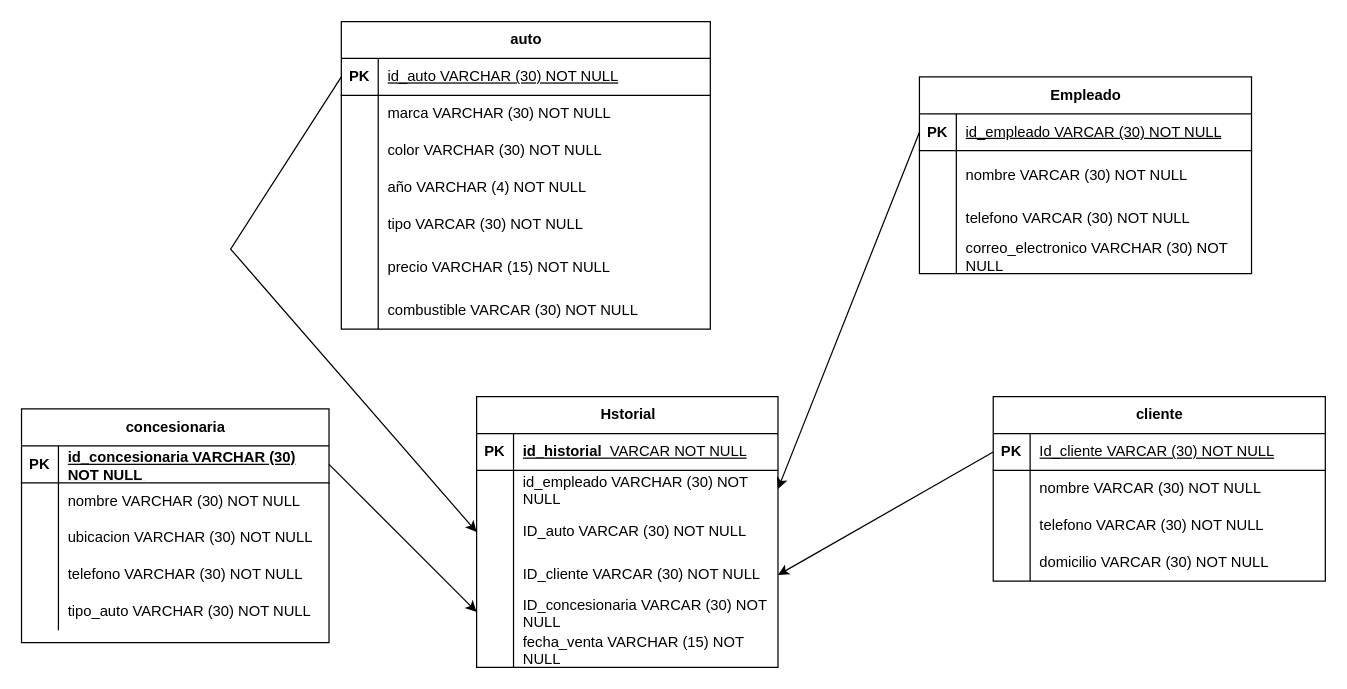
GerardoNR/fbd-gerardo-reyes keeps this draw.io diagram as page "Página-2" (2 of 2) of diagrama/consencionaria.drawio. Above is the earlier version. Source tidied: cells renumbered, new cells numbered last; positions are measured from the earlier drawing's top-left corner, leaving out a move shared by most shapes. Both pictures are drawn from the tidied source at 123%, with x=0, y=0 at pixel (21, 21).
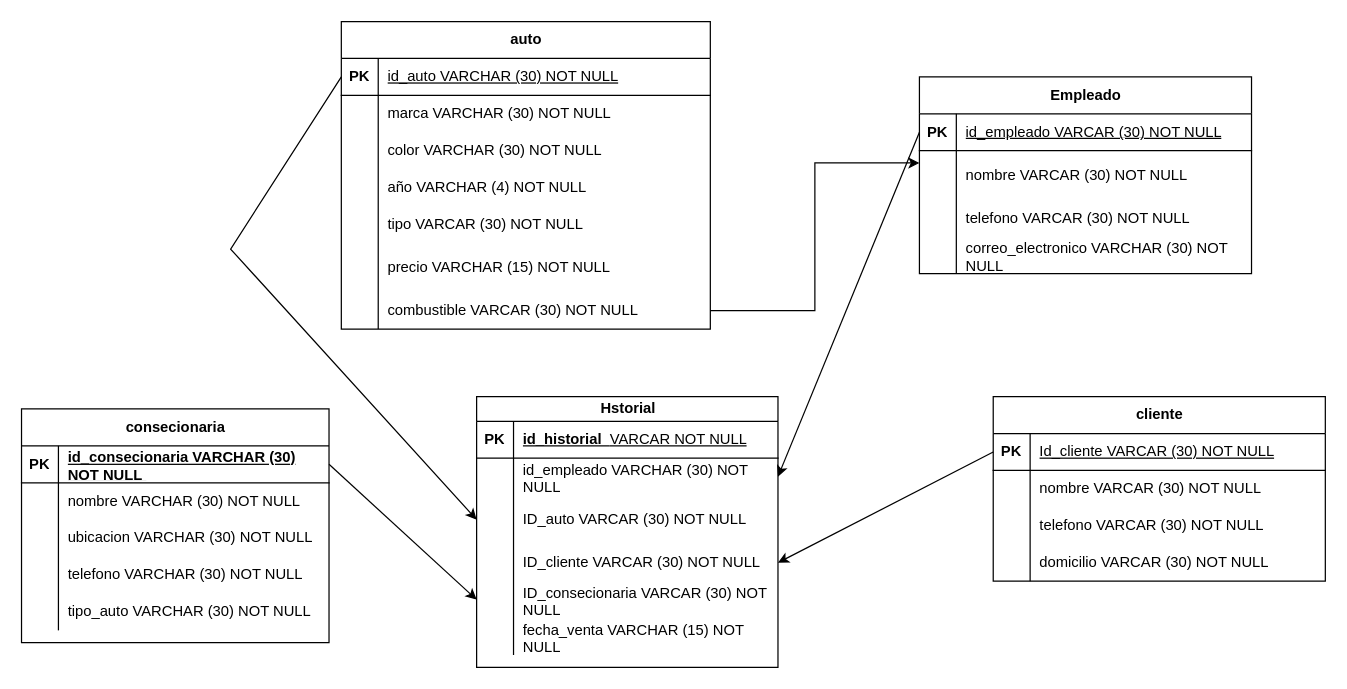
The same diagram, later.

The change refers to these unchanged cells:
```xml
<mxCell id="6" style="shape=tableRow;horizontal=0;startSize=0;swimlaneHead=0;swimlaneBody=0;fillColor=none;points=[[0,0.5],[1,0.5]];portConstraint=eastwest;top=0;left=0;right=0;bottom=0;" parent="2" vertex="1">
  <mxGeometry y="60" width="270" height="40" as="geometry" />
</mxCell>
<mxCell id="34" style="shape=tableRow;horizontal=0;startSize=0;swimlaneHead=0;swimlaneBody=0;fillColor=none;points=[[0,0.5],[1,0.5]];portConstraint=eastwest;top=0;left=0;right=0;bottom=0;" parent="15" vertex="1">
  <mxGeometry y="220" width="300" height="30" as="geometry" />
</mxCell>
<mxCell id="73" style="shape=tableRow;horizontal=0;startSize=0;swimlaneHead=0;swimlaneBody=0;fillColor=none;points=[[0,0.5],[1,0.5]];portConstraint=eastwest;top=0;left=0;right=0;bottom=1;" parent="72" vertex="1">
  <mxGeometry y="30" width="250" height="30" as="geometry" />
</mxCell>
```

Diff of the diagram source:
```diff
@@
-    <mxCell id="50" value="Hstorial" style="shape=table;startSize=30;childLayout=tableLayout;rowLines=0;fontStyle=1;align=center;html=1;" parent="1" vertex="1">
+    <mxCell id="50" value="Hstorial" style="shape=table;startSize=20;childLayout=tableLayout;rowLines=0;fontStyle=1;align=center;html=1;" parent="1" vertex="1">
       <mxGeometry x="370" y="305" width="245" height="220" as="geometry" />
     </mxCell>
     <mxCell id="51" style="shape=tableRow;horizontal=0;startSize=0;swimlaneHead=0;swimlaneBody=0;fillColor=none;top=0;left=0;right=0;bottom=1;" parent="50" vertex="1">
-      <mxGeometry y="30" width="245" height="30" as="geometry" />
+      <mxGeometry y="20" width="245" height="30" as="geometry" />
     </mxCell>
@@
     <mxCell id="54" style="shape=tableRow;horizontal=0;startSize=0;swimlaneHead=0;swimlaneBody=0;fillColor=none;points=[[0,0.5],[1,0.5]];portConstraint=eastwest;top=0;left=0;right=0;bottom=0;" parent="50" vertex="1">
-      <mxGeometry y="60" width="245" height="30" as="geometry" />
+      <mxGeometry y="50" width="245" height="30" as="geometry" />
     </mxCell>
@@
     <mxCell id="57" style="shape=tableRow;horizontal=0;startSize=0;swimlaneHead=0;swimlaneBody=0;fillColor=none;points=[[0,0.5],[1,0.5]];portConstraint=eastwest;top=0;left=0;right=0;bottom=0;" parent="50" vertex="1">
-      <mxGeometry y="90" width="245" height="40" as="geometry" />
+      <mxGeometry y="80" width="245" height="40" as="geometry" />
     </mxCell>
@@
     <mxCell id="60" style="shape=tableRow;horizontal=0;startSize=0;swimlaneHead=0;swimlaneBody=0;fillColor=none;points=[[0,0.5],[1,0.5]];portConstraint=eastwest;top=0;left=0;right=0;bottom=0;" parent="50" vertex="1">
-      <mxGeometry y="130" width="245" height="30" as="geometry" />
+      <mxGeometry y="120" width="245" height="30" as="geometry" />
     </mxCell>
@@
     <mxCell id="63" style="shape=tableRow;horizontal=0;startSize=0;swimlaneHead=0;swimlaneBody=0;fillColor=none;points=[[0,0.5],[1,0.5]];portConstraint=eastwest;top=0;left=0;right=0;bottom=0;" parent="50" vertex="1">
-      <mxGeometry y="160" width="245" height="30" as="geometry" />
+      <mxGeometry y="150" width="245" height="30" as="geometry" />
     </mxCell>
@@
-    <mxCell id="65" value="ID_concesionaria VARCAR (30) NOT NULL" style="shape=partialRectangle;fillColor=none;top=0;left=0;bottom=0;right=0;align=left;spacingLeft=6;overflow=hidden;whiteSpace=wrap;html=1;" parent="63" vertex="1">
+    <mxCell id="65" value="ID_consecionaria VARCAR (30) NOT NULL" style="shape=partialRectangle;fillColor=none;top=0;left=0;bottom=0;right=0;align=left;spacingLeft=6;overflow=hidden;whiteSpace=wrap;html=1;" parent="63" vertex="1">
       <mxGeometry x="30" width="215" height="30" as="geometry" />
     </mxCell>
     <mxCell id="66" style="shape=tableRow;horizontal=0;startSize=0;swimlaneHead=0;swimlaneBody=0;fillColor=none;top=0;left=0;right=0;bottom=0;" parent="50" vertex="1">
-      <mxGeometry y="190" width="245" height="30" as="geometry" />
+      <mxGeometry y="180" width="245" height="30" as="geometry" />
     </mxCell>
@@
-    <mxCell id="72" value="concesionaria" style="shape=table;startSize=30;childLayout=tableLayout;rowLines=0;fontStyle=1;align=center;html=1;" parent="1" vertex="1">
+    <mxCell id="72" value="consecionaria" style="shape=table;startSize=30;childLayout=tableLayout;rowLines=0;fontStyle=1;align=center;html=1;" parent="1" vertex="1">
       <mxGeometry y="315" width="250" height="190" as="geometry" />
     </mxCell>
@@
-    <mxCell id="75" value="id_concesionaria VARCHAR (30) NOT NULL&amp;nbsp;" style="shape=partialRectangle;fillColor=none;top=0;left=0;bottom=0;right=0;align=left;spacingLeft=6;fontStyle=5;overflow=hidden;whiteSpace=wrap;html=1;" parent="73" vertex="1">
+    <mxCell id="75" value="id_consecionaria VARCHAR (30) NOT NULL&amp;nbsp;" style="shape=partialRectangle;fillColor=none;top=0;left=0;bottom=0;right=0;align=left;spacingLeft=6;fontStyle=5;overflow=hidden;whiteSpace=wrap;html=1;" parent="73" vertex="1">
       <mxGeometry x="30" width="220" height="30" as="geometry" />
     </mxCell>
@@
+    <mxCell id="89" style="edgeStyle=orthogonalEdgeStyle;rounded=0;jettySize=auto;html=1;entryX=0;entryY=0.25;entryDx=0;entryDy=0;entryPerimeter=0;" parent="1" edge="1" source="34" target="6">
+      <mxGeometry relative="1" as="geometry" />
+    </mxCell>
```
